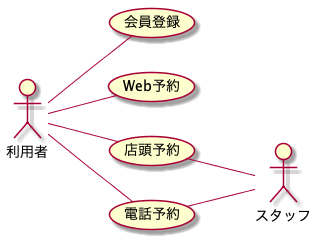
The PlantUML diagram modeling/04_BusinessUsecase_予約/BusinessUsecase.png in TakashiOnawa/ddd-practice-studio-reservation, before a commit.
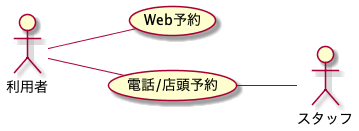
The same diagram one commit later.

The edit, as a diff of the source:
```diff
@@ -5,11 +5,8 @@
 actor 利用者
 actor スタッフ
 
-利用者 -- (会員登録)
 利用者 -- (Web予約)
-利用者 -- (店頭予約)
-(店頭予約) -- スタッフ
-利用者 -- (電話予約)
-(電話予約) -- スタッフ
+利用者 -- (電話/店頭予約)
+(電話/店頭予約) -- スタッフ
 
 @enduml
```
